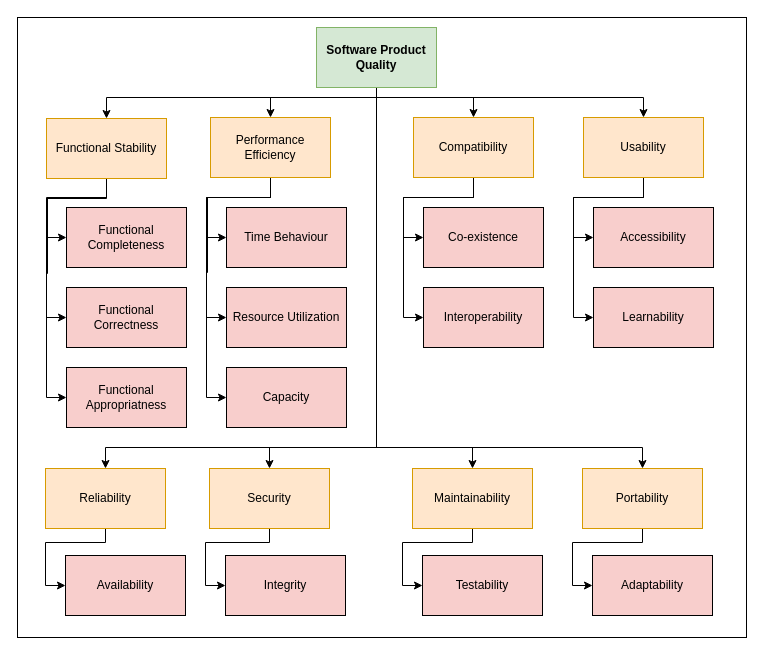
The draw.io diagram images/SoftwareQualityAttributes.drawio in AnsgarLichter/BunVsNodeJs, before the edit. Source tidied: cells renumbered, new cells numbered last; positions are measured from the earlier drawing's top-left corner, leaving out a move shared by most shapes. Both pictures are drawn from the tidied source at 100%, with x=0, y=0 at pixel (17, 17).
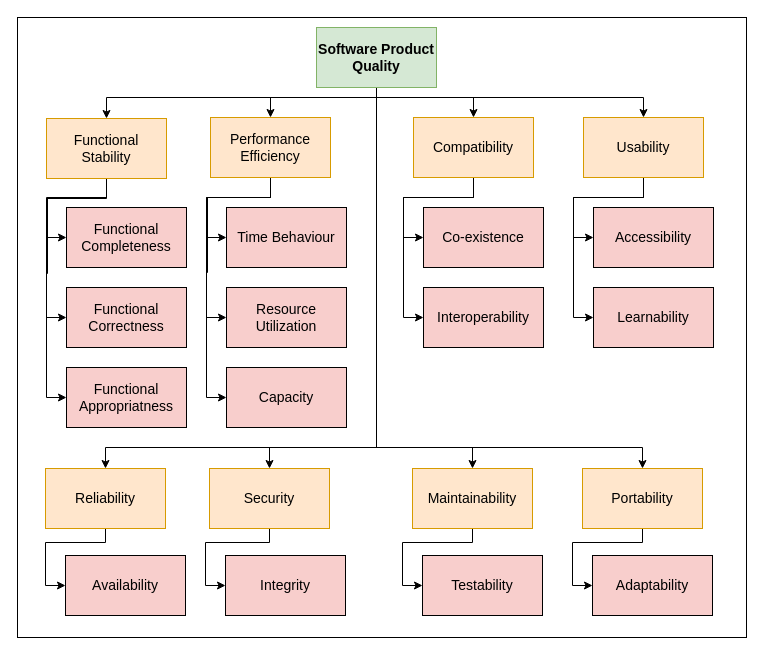
The same page after the edit.

The edit, as a diff of the source:
```diff
@@
-    <mxCell id="2" style="rounded=0;whiteSpace=wrap;html=1;" parent="1" vertex="1">
+    <mxCell id="2" style="rounded=0;whiteSpace=wrap;html=1;fontSize=14;" parent="1" vertex="1">
       <mxGeometry width="729" height="620" as="geometry" />
     </mxCell>
-    <mxCell id="3" style="edgeStyle=orthogonalEdgeStyle;rounded=0;jettySize=auto;html=1;entryX=0.5;entryY=0;entryDx=0;entryDy=0;" parent="1" edge="1" source="11" target="29">
+    <mxCell id="3" style="edgeStyle=orthogonalEdgeStyle;rounded=0;jettySize=auto;html=1;entryX=0.5;entryY=0;entryDx=0;entryDy=0;fontSize=14;" parent="1" edge="1" source="11" target="29">
       <mxGeometry relative="1" as="geometry">
         <Array as="points">
           <mxPoint x="359" y="430" />
           <mxPoint x="252" y="430" />
         </Array>
       </mxGeometry>
     </mxCell>
-    <mxCell id="4" style="edgeStyle=orthogonalEdgeStyle;rounded=0;jettySize=auto;html=1;" parent="1" edge="1" source="11" target="19">
+    <mxCell id="4" style="edgeStyle=orthogonalEdgeStyle;rounded=0;jettySize=auto;html=1;fontSize=14;" parent="1" edge="1" source="11" target="19">
       <mxGeometry relative="1" as="geometry">
         <Array as="points">
           <mxPoint x="359" y="80" />
           <mxPoint x="253" y="80" />
         </Array>
       </mxGeometry>
     </mxCell>
-    <mxCell id="5" style="edgeStyle=orthogonalEdgeStyle;rounded=0;jettySize=auto;html=1;" parent="1" edge="1" source="11" target="15">
+    <mxCell id="5" style="edgeStyle=orthogonalEdgeStyle;rounded=0;jettySize=auto;html=1;fontSize=14;" parent="1" edge="1" source="11" target="15">
       <mxGeometry relative="1" as="geometry">
         <Array as="points">
           <mxPoint x="359" y="80" />
           <mxPoint x="89" y="80" />
         </Array>
       </mxGeometry>
     </mxCell>
-    <mxCell id="6" style="edgeStyle=orthogonalEdgeStyle;rounded=0;jettySize=auto;html=1;entryX=0.5;entryY=0;entryDx=0;entryDy=0;" parent="1" edge="1" source="11" target="22">
+    <mxCell id="6" style="edgeStyle=orthogonalEdgeStyle;rounded=0;jettySize=auto;html=1;entryX=0.5;entryY=0;entryDx=0;entryDy=0;fontSize=14;" parent="1" edge="1" source="11" target="22">
       <mxGeometry relative="1" as="geometry">
         <Array as="points">
           <mxPoint x="359" y="80" />
           <mxPoint x="456" y="80" />
         </Array>
       </mxGeometry>
     </mxCell>
-    <mxCell id="7" style="edgeStyle=orthogonalEdgeStyle;rounded=0;jettySize=auto;html=1;" parent="1" edge="1" source="11" target="25">
+    <mxCell id="7" style="edgeStyle=orthogonalEdgeStyle;rounded=0;jettySize=auto;html=1;fontSize=14;" parent="1" edge="1" source="11" target="25">
       <mxGeometry relative="1" as="geometry">
         <Array as="points">
           <mxPoint x="359" y="80" />
           <mxPoint x="626" y="80" />
         </Array>
       </mxGeometry>
     </mxCell>
-    <mxCell id="8" style="edgeStyle=orthogonalEdgeStyle;rounded=0;jettySize=auto;html=1;entryX=0.5;entryY=0;entryDx=0;entryDy=0;" parent="1" edge="1" source="11" target="31">
+    <mxCell id="8" style="edgeStyle=orthogonalEdgeStyle;rounded=0;jettySize=auto;html=1;entryX=0.5;entryY=0;entryDx=0;entryDy=0;fontSize=14;" parent="1" edge="1" source="11" target="31">
       <mxGeometry relative="1" as="geometry">
         <Array as="points">
           <mxPoint x="359" y="430" />
           <mxPoint x="455" y="430" />
         </Array>
       </mxGeometry>
     </mxCell>
-    <mxCell id="9" style="edgeStyle=orthogonalEdgeStyle;rounded=0;jettySize=auto;html=1;entryX=0.5;entryY=0;entryDx=0;entryDy=0;" parent="1" edge="1" source="11" target="47">
+    <mxCell id="9" style="edgeStyle=orthogonalEdgeStyle;rounded=0;jettySize=auto;html=1;entryX=0.5;entryY=0;entryDx=0;entryDy=0;fontSize=14;" parent="1" edge="1" source="11" target="47">
       <mxGeometry relative="1" as="geometry">
         <Array as="points">
           <mxPoint x="359" y="430" />
           <mxPoint x="625" y="430" />
         </Array>
       </mxGeometry>
     </mxCell>
-    <mxCell id="10" style="edgeStyle=orthogonalEdgeStyle;rounded=0;jettySize=auto;html=1;entryX=0.5;entryY=0;entryDx=0;entryDy=0;" parent="1" edge="1" source="11" target="27">
+    <mxCell id="10" style="edgeStyle=orthogonalEdgeStyle;rounded=0;jettySize=auto;html=1;entryX=0.5;entryY=0;entryDx=0;entryDy=0;fontSize=14;" parent="1" edge="1" source="11" target="27">
       <mxGeometry relative="1" as="geometry">
         <Array as="points">
           <mxPoint x="359" y="430" />
           <mxPoint x="88" y="430" />
         </Array>
       </mxGeometry>
     </mxCell>
-    <mxCell id="11" value="Software Product Quality" style="rounded=0;whiteSpace=wrap;html=1;fillColor=#d5e8d4;strokeColor=#82b366;fontStyle=1;" parent="1" vertex="1">
+    <mxCell id="11" value="Software Product Quality" style="rounded=0;whiteSpace=wrap;html=1;fillColor=#d5e8d4;strokeColor=#82b366;fontStyle=1;fontSize=14;" parent="1" vertex="1">
       <mxGeometry x="299" y="10" width="120" height="60" as="geometry" />
     </mxCell>
-    <mxCell id="12" style="edgeStyle=orthogonalEdgeStyle;rounded=0;jettySize=auto;html=1;entryX=0;entryY=0.5;entryDx=0;entryDy=0;" parent="1" edge="1" source="15" target="32">
+    <mxCell id="12" style="edgeStyle=orthogonalEdgeStyle;rounded=0;jettySize=auto;html=1;entryX=0;entryY=0.5;entryDx=0;entryDy=0;fontSize=14;" parent="1" edge="1" source="15" target="32">
       <mxGeometry relative="1" as="geometry" />
     </mxCell>
-    <mxCell id="13" style="edgeStyle=orthogonalEdgeStyle;rounded=0;jettySize=auto;html=1;entryX=0;entryY=0.5;entryDx=0;entryDy=0;exitX=0.5;exitY=1;exitDx=0;exitDy=0;" parent="1" edge="1" source="15" target="33">
+    <mxCell id="13" style="edgeStyle=orthogonalEdgeStyle;rounded=0;jettySize=auto;html=1;entryX=0;entryY=0.5;entryDx=0;entryDy=0;exitX=0.5;exitY=1;exitDx=0;exitDy=0;fontSize=14;" parent="1" edge="1" source="15" target="33">
       <mxGeometry relative="1" as="geometry">
         <Array as="points">
           <mxPoint x="89" y="180" />
           <mxPoint x="29" y="180" />
           <mxPoint x="29" y="300" />
         </Array>
       </mxGeometry>
     </mxCell>
-    <mxCell id="14" style="edgeStyle=orthogonalEdgeStyle;rounded=0;jettySize=auto;html=1;entryX=0;entryY=0.5;entryDx=0;entryDy=0;exitX=0.5;exitY=1;exitDx=0;exitDy=0;" parent="1" edge="1" source="15" target="37">
+    <mxCell id="14" style="edgeStyle=orthogonalEdgeStyle;rounded=0;jettySize=auto;html=1;entryX=0;entryY=0.5;entryDx=0;entryDy=0;exitX=0.5;exitY=1;exitDx=0;exitDy=0;fontSize=14;" parent="1" edge="1" source="15" target="37">
       <mxGeometry relative="1" as="geometry">
         <Array as="points">
           <mxPoint x="89" y="180" />
           <mxPoint x="30" y="180" />
           <mxPoint x="30" y="256" />
           <mxPoint x="29" y="256" />
           <mxPoint x="29" y="380" />
         </Array>
       </mxGeometry>
     </mxCell>
-    <mxCell id="15" value="Functional Stability" style="rounded=0;whiteSpace=wrap;html=1;align=center;fillColor=#FFE6CC;strokeColor=#d79b00;" parent="1" vertex="1">
+    <mxCell id="15" value="Functional &lt;br&gt;Stability" style="rounded=0;whiteSpace=wrap;html=1;align=center;fillColor=#FFE6CC;strokeColor=#d79b00;fontSize=14;" parent="1" vertex="1">
       <mxGeometry x="29" y="101" width="120" height="60" as="geometry" />
     </mxCell>
-    <mxCell id="16" style="edgeStyle=orthogonalEdgeStyle;rounded=0;jettySize=auto;html=1;entryX=0;entryY=0.5;entryDx=0;entryDy=0;" parent="1" edge="1" source="19" target="34">
+    <mxCell id="16" style="edgeStyle=orthogonalEdgeStyle;rounded=0;jettySize=auto;html=1;entryX=0;entryY=0.5;entryDx=0;entryDy=0;fontSize=14;" parent="1" edge="1" source="19" target="34">
       <mxGeometry relative="1" as="geometry" />
     </mxCell>
-    <mxCell id="17" style="edgeStyle=orthogonalEdgeStyle;rounded=0;jettySize=auto;html=1;entryX=0;entryY=0.5;entryDx=0;entryDy=0;" parent="1" edge="1" source="19" target="35">
+    <mxCell id="17" style="edgeStyle=orthogonalEdgeStyle;rounded=0;jettySize=auto;html=1;entryX=0;entryY=0.5;entryDx=0;entryDy=0;fontSize=14;" parent="1" edge="1" source="19" target="35">
       <mxGeometry relative="1" as="geometry">
         <Array as="points">
           <mxPoint x="253" y="180" />
           <mxPoint x="189" y="180" />
           <mxPoint x="189" y="300" />
         </Array>
       </mxGeometry>
     </mxCell>
-    <mxCell id="18" style="edgeStyle=orthogonalEdgeStyle;rounded=0;jettySize=auto;html=1;entryX=0;entryY=0.5;entryDx=0;entryDy=0;exitX=0.5;exitY=1;exitDx=0;exitDy=0;" parent="1" edge="1" source="19" target="36">
+    <mxCell id="18" style="edgeStyle=orthogonalEdgeStyle;rounded=0;jettySize=auto;html=1;entryX=0;entryY=0.5;entryDx=0;entryDy=0;exitX=0.5;exitY=1;exitDx=0;exitDy=0;fontSize=14;" parent="1" edge="1" source="19" target="36">
       <mxGeometry relative="1" as="geometry">
         <Array as="points">
           <mxPoint x="253" y="180" />
           <mxPoint x="190" y="180" />
           <mxPoint x="190" y="255" />
           <mxPoint x="189" y="255" />
           <mxPoint x="189" y="380" />
         </Array>
       </mxGeometry>
     </mxCell>
-    <mxCell id="19" value="Performance Efficiency" style="rounded=0;whiteSpace=wrap;html=1;fillColor=#ffe6cc;strokeColor=#d79b00;" parent="1" vertex="1">
+    <mxCell id="19" value="Performance Efficiency" style="rounded=0;whiteSpace=wrap;html=1;fillColor=#ffe6cc;strokeColor=#d79b00;fontSize=14;" parent="1" vertex="1">
       <mxGeometry x="193" y="100" width="120" height="60" as="geometry" />
     </mxCell>
-    <mxCell id="20" style="edgeStyle=orthogonalEdgeStyle;rounded=0;jettySize=auto;html=1;entryX=0;entryY=0.5;entryDx=0;entryDy=0;" parent="1" edge="1" source="22" target="38">
+    <mxCell id="20" style="edgeStyle=orthogonalEdgeStyle;rounded=0;jettySize=auto;html=1;entryX=0;entryY=0.5;entryDx=0;entryDy=0;fontSize=14;" parent="1" edge="1" source="22" target="38">
       <mxGeometry relative="1" as="geometry" />
     </mxCell>
-    <mxCell id="21" style="edgeStyle=orthogonalEdgeStyle;rounded=0;jettySize=auto;html=1;entryX=0;entryY=0.5;entryDx=0;entryDy=0;" parent="1" edge="1" source="22" target="39">
+    <mxCell id="21" style="edgeStyle=orthogonalEdgeStyle;rounded=0;jettySize=auto;html=1;entryX=0;entryY=0.5;entryDx=0;entryDy=0;fontSize=14;" parent="1" edge="1" source="22" target="39">
       <mxGeometry relative="1" as="geometry">
         <Array as="points">
           <mxPoint x="456" y="180" />
           <mxPoint x="386" y="180" />
           <mxPoint x="386" y="300" />
         </Array>
       </mxGeometry>
     </mxCell>
-    <mxCell id="22" value="Compatibility" style="rounded=0;whiteSpace=wrap;html=1;fillColor=#ffe6cc;strokeColor=#d79b00;" parent="1" vertex="1">
+    <mxCell id="22" value="Compatibility" style="rounded=0;whiteSpace=wrap;html=1;fillColor=#ffe6cc;strokeColor=#d79b00;fontSize=14;" parent="1" vertex="1">
       <mxGeometry x="396" y="100" width="120" height="60" as="geometry" />
     </mxCell>
-    <mxCell id="23" style="edgeStyle=orthogonalEdgeStyle;rounded=0;jettySize=auto;html=1;entryX=0;entryY=0.5;entryDx=0;entryDy=0;" parent="1" edge="1" source="25" target="40">
+    <mxCell id="23" style="edgeStyle=orthogonalEdgeStyle;rounded=0;jettySize=auto;html=1;entryX=0;entryY=0.5;entryDx=0;entryDy=0;fontSize=14;" parent="1" edge="1" source="25" target="40">
       <mxGeometry relative="1" as="geometry" />
     </mxCell>
-    <mxCell id="24" style="edgeStyle=orthogonalEdgeStyle;rounded=0;jettySize=auto;html=1;entryX=0;entryY=0.5;entryDx=0;entryDy=0;" parent="1" edge="1" source="25" target="41">
+    <mxCell id="24" style="edgeStyle=orthogonalEdgeStyle;rounded=0;jettySize=auto;html=1;entryX=0;entryY=0.5;entryDx=0;entryDy=0;fontSize=14;" parent="1" edge="1" source="25" target="41">
       <mxGeometry relative="1" as="geometry">
         <Array as="points">
           <mxPoint x="626" y="180" />
           <mxPoint x="556" y="180" />
           <mxPoint x="556" y="300" />
         </Array>
       </mxGeometry>
     </mxCell>
-    <mxCell id="25" value="Usability" style="rounded=0;whiteSpace=wrap;html=1;fillColor=#ffe6cc;strokeColor=#d79b00;" parent="1" vertex="1">
+    <mxCell id="25" value="Usability" style="rounded=0;whiteSpace=wrap;html=1;fillColor=#ffe6cc;strokeColor=#d79b00;fontSize=14;" parent="1" vertex="1">
       <mxGeometry x="566" y="100" width="120" height="60" as="geometry" />
     </mxCell>
-    <mxCell id="26" style="edgeStyle=orthogonalEdgeStyle;rounded=0;jettySize=auto;html=1;entryX=0;entryY=0.5;entryDx=0;entryDy=0;" parent="1" edge="1" source="27" target="42">
+    <mxCell id="26" style="edgeStyle=orthogonalEdgeStyle;rounded=0;jettySize=auto;html=1;entryX=0;entryY=0.5;entryDx=0;entryDy=0;fontSize=14;" parent="1" edge="1" source="27" target="42">
       <mxGeometry relative="1" as="geometry">
         <Array as="points">
           <mxPoint x="88" y="525" />
           <mxPoint x="28" y="525" />
           <mxPoint x="28" y="568" />
         </Array>
       </mxGeometry>
     </mxCell>
-    <mxCell id="27" value="Reliability" style="rounded=0;whiteSpace=wrap;html=1;fillColor=#ffe6cc;strokeColor=#d79b00;" parent="1" vertex="1">
+    <mxCell id="27" value="Reliability" style="rounded=0;whiteSpace=wrap;html=1;fillColor=#ffe6cc;strokeColor=#d79b00;fontSize=14;" parent="1" vertex="1">
       <mxGeometry x="28" y="451" width="120" height="60" as="geometry" />
     </mxCell>
-    <mxCell id="28" style="edgeStyle=orthogonalEdgeStyle;rounded=0;jettySize=auto;html=1;entryX=0;entryY=0.5;entryDx=0;entryDy=0;" parent="1" edge="1" source="29" target="43">
+    <mxCell id="28" style="edgeStyle=orthogonalEdgeStyle;rounded=0;jettySize=auto;html=1;entryX=0;entryY=0.5;entryDx=0;entryDy=0;fontSize=14;" parent="1" edge="1" source="29" target="43">
       <mxGeometry relative="1" as="geometry">
         <Array as="points">
           <mxPoint x="252" y="525" />
           <mxPoint x="188" y="525" />
           <mxPoint x="188" y="568" />
         </Array>
       </mxGeometry>
     </mxCell>
-    <mxCell id="29" value="Security" style="rounded=0;whiteSpace=wrap;html=1;fillColor=#ffe6cc;strokeColor=#d79b00;" parent="1" vertex="1">
+    <mxCell id="29" value="Security" style="rounded=0;whiteSpace=wrap;html=1;fillColor=#ffe6cc;strokeColor=#d79b00;fontSize=14;" parent="1" vertex="1">
       <mxGeometry x="192" y="451" width="120" height="60" as="geometry" />
     </mxCell>
-    <mxCell id="30" style="edgeStyle=orthogonalEdgeStyle;rounded=0;jettySize=auto;html=1;entryX=0;entryY=0.5;entryDx=0;entryDy=0;" parent="1" edge="1" source="31" target="44">
+    <mxCell id="30" style="edgeStyle=orthogonalEdgeStyle;rounded=0;jettySize=auto;html=1;entryX=0;entryY=0.5;entryDx=0;entryDy=0;fontSize=14;" parent="1" edge="1" source="31" target="44">
       <mxGeometry relative="1" as="geometry">
         <Array as="points">
           <mxPoint x="455" y="525" />
           <mxPoint x="385" y="525" />
           <mxPoint x="385" y="568" />
         </Array>
       </mxGeometry>
     </mxCell>
-    <mxCell id="31" value="Maintainability" style="rounded=0;whiteSpace=wrap;html=1;fillColor=#ffe6cc;strokeColor=#d79b00;" parent="1" vertex="1">
+    <mxCell id="31" value="Maintainability" style="rounded=0;whiteSpace=wrap;html=1;fillColor=#ffe6cc;strokeColor=#d79b00;fontSize=14;" parent="1" vertex="1">
       <mxGeometry x="395" y="451" width="120" height="60" as="geometry" />
     </mxCell>
-    <mxCell id="32" value="Functional Completeness" style="rounded=0;whiteSpace=wrap;html=1;align=center;fillColor=#F8CECC;" parent="1" vertex="1">
+    <mxCell id="32" value="Functional Completeness" style="rounded=0;whiteSpace=wrap;html=1;align=center;fillColor=#F8CECC;fontSize=14;" parent="1" vertex="1">
       <mxGeometry x="49" y="190" width="120" height="60" as="geometry" />
     </mxCell>
-    <mxCell id="33" value="Functional Correctness" style="rounded=0;whiteSpace=wrap;html=1;align=center;fillColor=#F8CECC;" parent="1" vertex="1">
+    <mxCell id="33" value="Functional Correctness" style="rounded=0;whiteSpace=wrap;html=1;align=center;fillColor=#F8CECC;fontSize=14;" parent="1" vertex="1">
       <mxGeometry x="49" y="270" width="120" height="60" as="geometry" />
     </mxCell>
-    <mxCell id="34" value="Time Behaviour" style="rounded=0;whiteSpace=wrap;html=1;align=center;fillColor=#F8CECC;" parent="1" vertex="1">
+    <mxCell id="34" value="Time Behaviour" style="rounded=0;whiteSpace=wrap;html=1;align=center;fillColor=#F8CECC;fontSize=14;" parent="1" vertex="1">
       <mxGeometry x="209" y="190" width="120" height="60" as="geometry" />
     </mxCell>
-    <mxCell id="35" value="Resource Utilization" style="rounded=0;whiteSpace=wrap;html=1;align=center;fillColor=#F8CECC;" parent="1" vertex="1">
+    <mxCell id="35" value="Resource Utilization" style="rounded=0;whiteSpace=wrap;html=1;align=center;fillColor=#F8CECC;fontSize=14;" parent="1" vertex="1">
       <mxGeometry x="209" y="270" width="120" height="60" as="geometry" />
     </mxCell>
-    <mxCell id="36" value="Capacity" style="rounded=0;whiteSpace=wrap;html=1;align=center;fillColor=#F8CECC;" parent="1" vertex="1">
+    <mxCell id="36" value="Capacity" style="rounded=0;whiteSpace=wrap;html=1;align=center;fillColor=#F8CECC;fontSize=14;" parent="1" vertex="1">
       <mxGeometry x="209" y="350" width="120" height="60" as="geometry" />
     </mxCell>
-    <mxCell id="37" value="Functional Appropriatness" style="rounded=0;whiteSpace=wrap;html=1;align=center;fillColor=#F8CECC;" parent="1" vertex="1">
+    <mxCell id="37" value="Functional Appropriatness" style="rounded=0;whiteSpace=wrap;html=1;align=center;fillColor=#F8CECC;fontSize=14;" parent="1" vertex="1">
       <mxGeometry x="49" y="350" width="120" height="60" as="geometry" />
     </mxCell>
-    <mxCell id="38" value="Co-existence" style="rounded=0;whiteSpace=wrap;html=1;align=center;fillColor=#F8CECC;" parent="1" vertex="1">
+    <mxCell id="38" value="Co-existence" style="rounded=0;whiteSpace=wrap;html=1;align=center;fillColor=#F8CECC;fontSize=14;" parent="1" vertex="1">
       <mxGeometry x="406" y="190" width="120" height="60" as="geometry" />
     </mxCell>
-    <mxCell id="39" value="Interoperability" style="rounded=0;whiteSpace=wrap;html=1;align=center;fillColor=#F8CECC;" parent="1" vertex="1">
+    <mxCell id="39" value="Interoperability" style="rounded=0;whiteSpace=wrap;html=1;align=center;fillColor=#F8CECC;fontSize=14;" parent="1" vertex="1">
       <mxGeometry x="406" y="270" width="120" height="60" as="geometry" />
     </mxCell>
-    <mxCell id="40" value="Accessibility" style="rounded=0;whiteSpace=wrap;html=1;align=center;fillColor=#F8CECC;" parent="1" vertex="1">
+    <mxCell id="40" value="Accessibility" style="rounded=0;whiteSpace=wrap;html=1;align=center;fillColor=#F8CECC;fontSize=14;" parent="1" vertex="1">
       <mxGeometry x="576" y="190" width="120" height="60" as="geometry" />
     </mxCell>
-    <mxCell id="41" value="Learnability" style="rounded=0;whiteSpace=wrap;html=1;align=center;fillColor=#F8CECC;" parent="1" vertex="1">
+    <mxCell id="41" value="Learnability" style="rounded=0;whiteSpace=wrap;html=1;align=center;fillColor=#F8CECC;fontSize=14;" parent="1" vertex="1">
       <mxGeometry x="576" y="270" width="120" height="60" as="geometry" />
     </mxCell>
-    <mxCell id="42" value="Availability" style="rounded=0;whiteSpace=wrap;html=1;align=center;fillColor=#F8CECC;" parent="1" vertex="1">
+    <mxCell id="42" value="Availability" style="rounded=0;whiteSpace=wrap;html=1;align=center;fillColor=#F8CECC;fontSize=14;" parent="1" vertex="1">
       <mxGeometry x="48" y="538" width="120" height="60" as="geometry" />
     </mxCell>
-    <mxCell id="43" value="Integrity" style="rounded=0;whiteSpace=wrap;html=1;align=center;fillColor=#F8CECC;" parent="1" vertex="1">
+    <mxCell id="43" value="Integrity" style="rounded=0;whiteSpace=wrap;html=1;align=center;fillColor=#F8CECC;fontSize=14;" parent="1" vertex="1">
       <mxGeometry x="208" y="538" width="120" height="60" as="geometry" />
     </mxCell>
-    <mxCell id="44" value="Testability" style="rounded=0;whiteSpace=wrap;html=1;align=center;fillColor=#F8CECC;" parent="1" vertex="1">
+    <mxCell id="44" value="Testability" style="rounded=0;whiteSpace=wrap;html=1;align=center;fillColor=#F8CECC;fontSize=14;" parent="1" vertex="1">
       <mxGeometry x="405" y="538" width="120" height="60" as="geometry" />
     </mxCell>
-    <mxCell id="45" value="Adaptability" style="rounded=0;whiteSpace=wrap;html=1;align=center;fillColor=#F8CECC;" parent="1" vertex="1">
+    <mxCell id="45" value="Adaptability" style="rounded=0;whiteSpace=wrap;html=1;align=center;fillColor=#F8CECC;fontSize=14;" parent="1" vertex="1">
       <mxGeometry x="575" y="538" width="120" height="60" as="geometry" />
     </mxCell>
-    <mxCell id="46" style="edgeStyle=orthogonalEdgeStyle;rounded=0;jettySize=auto;html=1;entryX=0;entryY=0.5;entryDx=0;entryDy=0;" parent="1" edge="1" source="47" target="45">
+    <mxCell id="46" style="edgeStyle=orthogonalEdgeStyle;rounded=0;jettySize=auto;html=1;entryX=0;entryY=0.5;entryDx=0;entryDy=0;fontSize=14;" parent="1" edge="1" source="47" target="45">
       <mxGeometry relative="1" as="geometry">
         <Array as="points">
           <mxPoint x="625" y="525" />
           <mxPoint x="555" y="525" />
           <mxPoint x="555" y="568" />
         </Array>
       </mxGeometry>
     </mxCell>
-    <mxCell id="47" value="Portability" style="rounded=0;whiteSpace=wrap;html=1;fillColor=#ffe6cc;strokeColor=#d79b00;" parent="1" vertex="1">
+    <mxCell id="47" value="Portability" style="rounded=0;whiteSpace=wrap;html=1;fillColor=#ffe6cc;strokeColor=#d79b00;fontSize=14;" parent="1" vertex="1">
       <mxGeometry x="565" y="451" width="120" height="60" as="geometry" />
     </mxCell>
```
